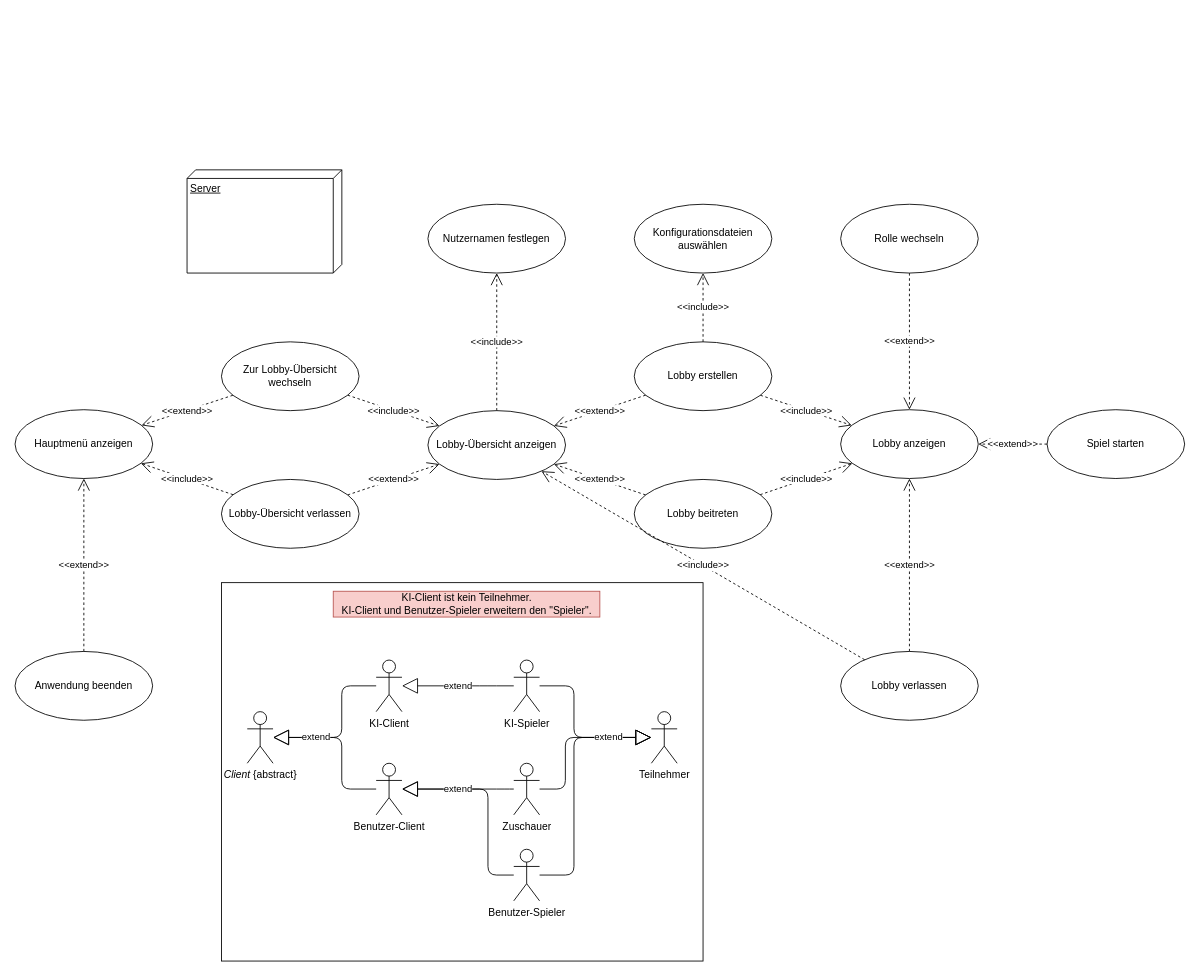
Before: Meilenstein02/use_case_lobbymanagement_Entwurf.drawio in SoPra-Team-17/Meilensteine, a draw.io diagram. Source tidied: cells renumbered, new cells numbered last; positions are measured from the earlier drawing's top-left corner, leaving out a move shared by most shapes. Both pictures are drawn from the tidied source at 86%, with x=0, y=0 at pixel (15, 169).
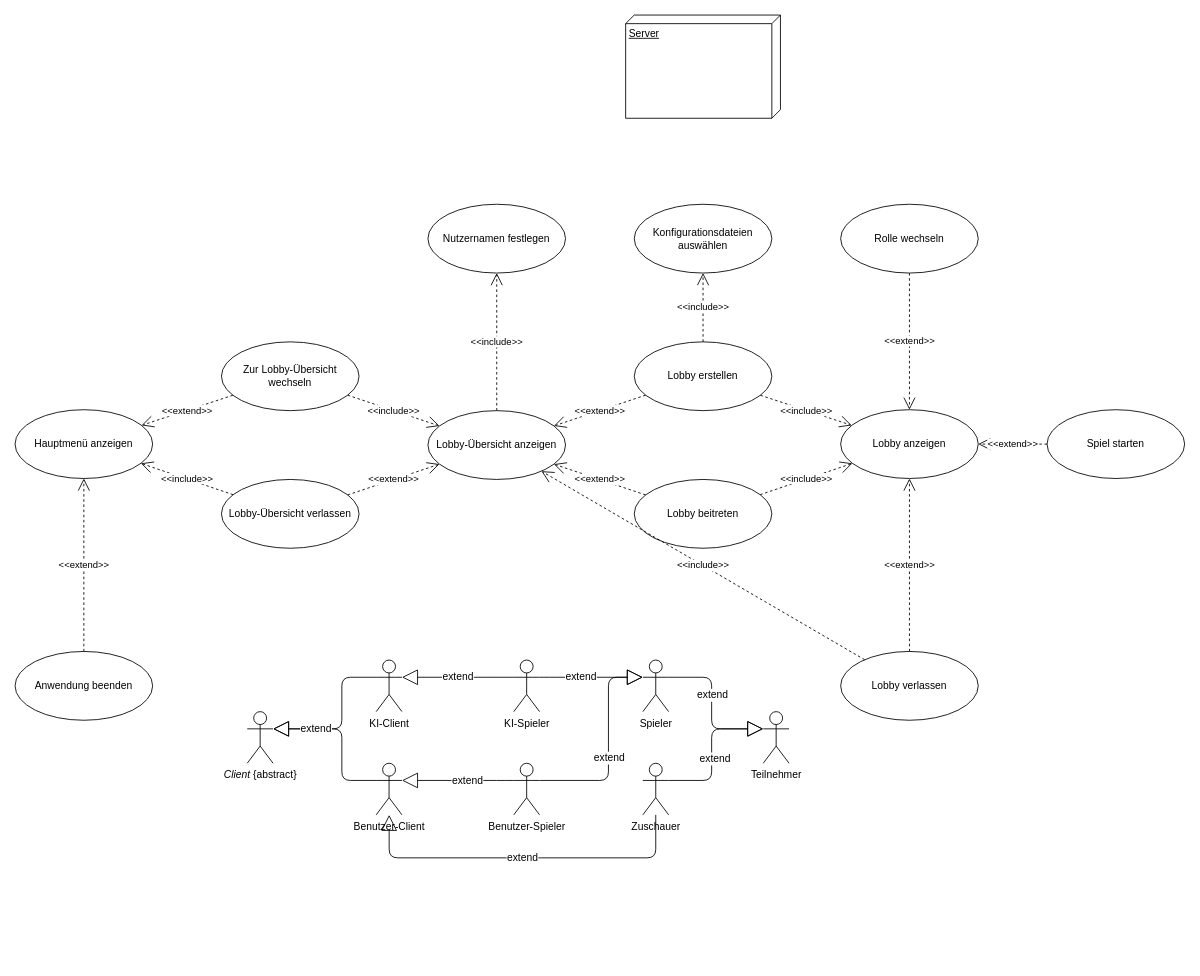
The same page after the edit.

Commit message:
Für #8 an use_case_lobby-management weitergearbeitet, Client-Hierarchie um Spieler erweitert.

The change refers to these unchanged cells:
```xml
<mxCell id="34" value="&lt;i&gt;Client&lt;/i&gt; {abstract}" style="shape=umlActor;verticalLabelPosition=bottom;labelBackgroundColor=#ffffff;verticalAlign=top;html=1;outlineConnect=0;" parent="1" vertex="1">
  <mxGeometry x="270" y="630" width="30" height="60" as="geometry" />
</mxCell>
<mxCell id="35" value="KI-Client" style="shape=umlActor;verticalLabelPosition=bottom;labelBackgroundColor=#ffffff;verticalAlign=top;html=1;outlineConnect=0;" parent="1" vertex="1">
  <mxGeometry x="419.9" y="570" width="30" height="60" as="geometry" />
</mxCell>
<mxCell id="36" value="Benutzer-Client" style="shape=umlActor;verticalLabelPosition=bottom;labelBackgroundColor=#ffffff;verticalAlign=top;html=1;outlineConnect=0;" parent="1" vertex="1">
  <mxGeometry x="419.9" y="690" width="30" height="60" as="geometry" />
</mxCell>
<mxCell id="38" value="KI-Spieler" style="shape=umlActor;verticalLabelPosition=bottom;labelBackgroundColor=#ffffff;verticalAlign=top;html=1;outlineConnect=0;" parent="1" vertex="1">
  <mxGeometry x="579.9" y="570" width="30" height="60" as="geometry" />
</mxCell>
```

The edit, as a diff of the source:
```diff
@@
-    <mxCell id="2" style="rounded=0;whiteSpace=wrap;html=1;" parent="1" vertex="1">
-      <mxGeometry x="240" y="480" width="560" height="440" as="geometry" />
-    </mxCell>
     <mxCell id="3" style="endArrow=block;endSize=16;endFill=0;html=1;edgeStyle=orthogonalEdgeStyle;" parent="1" edge="1" source="40" target="36">
       <mxGeometry relative="1" as="geometry">
         <Array as="points">
-          <mxPoint x="549.9" y="820" />
-          <mxPoint x="549.9" y="720" />
+          <mxPoint x="560" y="710" />
+          <mxPoint x="560" y="710" />
         </Array>
       </mxGeometry>
     </mxCell>
+    <mxCell id="48" value="extend" style="text;html=1;align=center;verticalAlign=middle;labelBackgroundColor=#ffffff;" parent="3" vertex="1">
+      <mxGeometry x="-0.15" y="3" relative="1" as="geometry">
+        <mxPoint x="0.1" y="-3" as="offset" />
+      </mxGeometry>
+    </mxCell>
     <mxCell id="4" style="endArrow=block;endSize=16;endFill=0;html=1;edgeStyle=orthogonalEdgeStyle;" parent="1" edge="1" source="36" target="34">
       <mxGeometry relative="1" as="geometry">
         <Array as="points">
-          <mxPoint x="379.9" y="720" />
-          <mxPoint x="379.9" y="660" />
+          <mxPoint x="380" y="710" />
+          <mxPoint x="380" y="650" />
         </Array>
       </mxGeometry>
     </mxCell>
     <mxCell id="5" value="Server" style="verticalAlign=top;align=left;spacingTop=8;spacingLeft=2;spacingRight=12;shape=cube;size=10;direction=south;fontStyle=4;html=1;" parent="1" vertex="1">
-      <mxGeometry x="200" width="180" height="120" as="geometry" />
+      <mxGeometry x="710" y="-180" width="180" height="120" as="geometry" />
     </mxCell>
@@
-    <mxCell id="37" value="extend" style="endArrow=block;endSize=16;endFill=0;html=1;edgeStyle=orthogonalEdgeStyle;" parent="1" edge="1" source="35" target="34">
+    <mxCell id="37" value="&lt;font style=&quot;font-size: 12px&quot;&gt;extend&lt;/font&gt;" style="endArrow=block;endSize=16;endFill=0;html=1;edgeStyle=orthogonalEdgeStyle;" parent="1" edge="1" source="35" target="34">
       <mxGeometry x="0.44" relative="1" as="geometry">
         <Array as="points">
-          <mxPoint x="379.9" y="600" />
-          <mxPoint x="379.9" y="660" />
+          <mxPoint x="380" y="590" />
+          <mxPoint x="380" y="650" />
         </Array>
       </mxGeometry>
     </mxCell>
@@
     <mxCell id="39" value="Teilnehmer" style="shape=umlActor;verticalLabelPosition=bottom;labelBackgroundColor=#ffffff;verticalAlign=top;html=1;outlineConnect=0;" parent="1" vertex="1">
-      <mxGeometry x="739.9" y="630" width="30" height="60" as="geometry" />
+      <mxGeometry x="870" y="630" width="30" height="60" as="geometry" />
     </mxCell>
     <mxCell id="40" value="Benutzer-Spieler" style="shape=umlActor;verticalLabelPosition=bottom;labelBackgroundColor=#ffffff;verticalAlign=top;html=1;outlineConnect=0;" parent="1" vertex="1">
-      <mxGeometry x="579.9" y="790" width="30" height="60" as="geometry" />
+      <mxGeometry x="579.9" y="690" width="30" height="60" as="geometry" />
     </mxCell>
     <mxCell id="41" value="Zuschauer" style="shape=umlActor;verticalLabelPosition=bottom;labelBackgroundColor=#ffffff;verticalAlign=top;html=1;outlineConnect=0;" parent="1" vertex="1">
-      <mxGeometry x="579.9" y="690" width="30" height="60" as="geometry" />
+      <mxGeometry x="730" y="690" width="30" height="60" as="geometry" />
     </mxCell>
-    <mxCell id="42" value="extend" style="endArrow=block;endSize=16;endFill=0;html=1;edgeStyle=orthogonalEdgeStyle;" parent="1" edge="1" source="41" target="36">
+    <mxCell id="42" value="&lt;font style=&quot;font-size: 12px&quot;&gt;extend&lt;/font&gt;" style="endArrow=block;endSize=16;endFill=0;html=1;edgeStyle=orthogonalEdgeStyle;" parent="1" edge="1" source="41" target="36">
       <mxGeometry relative="1" as="geometry">
         <Array as="points">
-          <mxPoint x="569.9" y="720" />
-          <mxPoint x="569.9" y="720" />
+          <mxPoint x="745" y="800" />
+          <mxPoint x="435" y="800" />
         </Array>
       </mxGeometry>
     </mxCell>
-    <mxCell id="43" value="extend" style="endArrow=block;endSize=16;endFill=0;html=1;edgeStyle=orthogonalEdgeStyle;" parent="1" edge="1" source="38" target="35">
+    <mxCell id="43" value="&lt;font style=&quot;font-size: 12px&quot;&gt;extend&lt;/font&gt;" style="endArrow=block;endSize=16;endFill=0;html=1;edgeStyle=orthogonalEdgeStyle;" parent="1" edge="1" source="38" target="35">
       <mxGeometry relative="1" as="geometry">
         <Array as="points">
-          <mxPoint x="549.9" y="600" />
-          <mxPoint x="549.9" y="600" />
+          <mxPoint x="540" y="590" />
+          <mxPoint x="540" y="590" />
         </Array>
       </mxGeometry>
     </mxCell>
-    <mxCell id="44" style="endArrow=block;endSize=16;endFill=0;html=1;edgeStyle=orthogonalEdgeStyle;" parent="1" edge="1" source="40" target="39">
+    <mxCell id="44" style="endArrow=block;endSize=16;endFill=0;html=1;edgeStyle=orthogonalEdgeStyle;" parent="1" edge="1" source="40" target="53">
       <mxGeometry relative="1" as="geometry">
         <Array as="points">
-          <mxPoint x="649.9" y="820" />
-          <mxPoint x="649.9" y="660" />
+          <mxPoint x="690" y="710" />
+          <mxPoint x="690" y="590" />
         </Array>
       </mxGeometry>
     </mxCell>
+    <mxCell id="49" value="extend" style="text;html=1;align=center;verticalAlign=middle;labelBackgroundColor=#ffffff;" parent="44" vertex="1">
+      <mxGeometry x="-0.11" relative="1" as="geometry" />
+    </mxCell>
     <mxCell id="45" style="endArrow=block;endSize=16;endFill=0;html=1;edgeStyle=orthogonalEdgeStyle;" parent="1" edge="1" source="41" target="39">
       <mxGeometry relative="1" as="geometry">
         <Array as="points">
-          <mxPoint x="639.9" y="720" />
-          <mxPoint x="639.9" y="660" />
+          <mxPoint x="810" y="710" />
+          <mxPoint x="810" y="650" />
         </Array>
       </mxGeometry>
     </mxCell>
+    <mxCell id="50" value="extend" style="text;html=1;align=center;verticalAlign=middle;labelBackgroundColor=#ffffff;" parent="45" vertex="1">
+      <mxGeometry x="0.09" y="-3" relative="1" as="geometry">
+        <mxPoint y="17" as="offset" />
+      </mxGeometry>
+    </mxCell>
-    <mxCell id="46" value="extend" style="endArrow=block;endSize=16;endFill=0;html=1;edgeStyle=orthogonalEdgeStyle;" parent="1" edge="1" source="38" target="39">
-      <mxGeometry x="0.47" relative="1" as="geometry">
+    <mxCell id="46" value="&lt;font style=&quot;font-size: 12px&quot;&gt;extend&lt;/font&gt;" style="endArrow=block;endSize=16;endFill=0;html=1;edgeStyle=orthogonalEdgeStyle;" parent="1" edge="1" source="38" target="53">
+      <mxGeometry x="-0.2" relative="1" as="geometry">
         <Array as="points">
-          <mxPoint x="649.9" y="600" />
-          <mxPoint x="649.9" y="660" />
+          <mxPoint x="620" y="590" />
+          <mxPoint x="620" y="590" />
         </Array>
       </mxGeometry>
     </mxCell>
-    <mxCell id="47" value="&lt;div&gt;KI-Client ist kein Teilnehmer.&lt;/div&gt;&lt;div&gt;KI-Client und Benutzer-Spieler erweitern den &quot;Spieler&quot;.&lt;br&gt;&lt;/div&gt;" style="text;html=1;align=center;verticalAlign=middle;fillColor=#f8cecc;strokeColor=#b85450;" parent="1" vertex="1">
-      <mxGeometry x="370" y="490" width="310" height="30" as="geometry" />
-    </mxCell>
+    <mxCell id="51" style="edgeStyle=orthogonalEdgeStyle;rounded=1;jettySize=auto;html=1;endArrow=block;endFill=0;endSize=16;" parent="1" edge="1" source="53" target="39">
+      <mxGeometry relative="1" as="geometry">
+        <Array as="points">
+          <mxPoint x="810" y="590" />
+          <mxPoint x="810" y="650" />
+        </Array>
+      </mxGeometry>
+    </mxCell>
+    <mxCell id="52" value="extend" style="text;html=1;align=center;verticalAlign=middle;labelBackgroundColor=#ffffff;" parent="51" vertex="1">
+      <mxGeometry x="-0.39" y="-8" relative="1" as="geometry">
+        <mxPoint x="8" y="18" as="offset" />
+      </mxGeometry>
+    </mxCell>
+    <mxCell id="53" value="Spieler" style="shape=umlActor;verticalLabelPosition=bottom;labelBackgroundColor=#ffffff;verticalAlign=top;html=1;outlineConnect=0;" parent="1" vertex="1">
+      <mxGeometry x="730" y="570" width="30" height="60" as="geometry" />
+    </mxCell>
```
